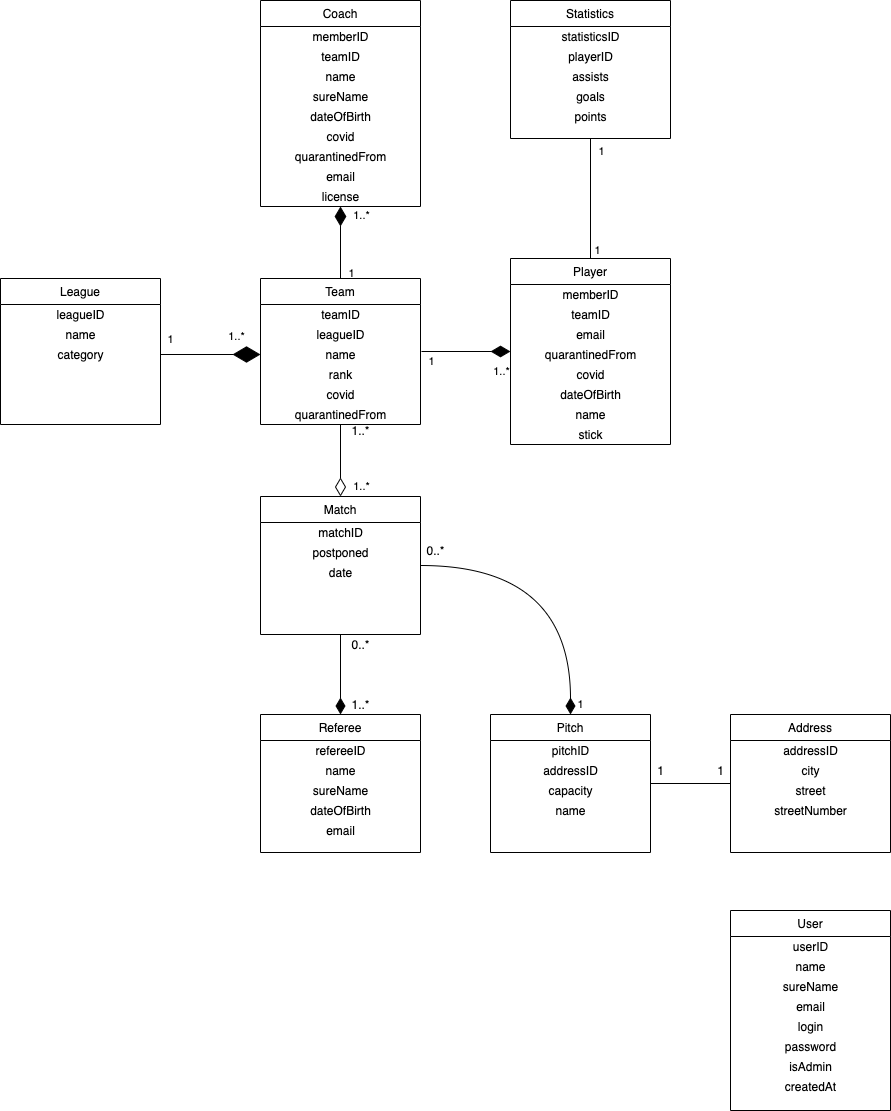
Before: artefacts/class_diagram.png, a diagram exported from draw.io (alenamartinkova/cfbu-IS). Source tidied: cells renumbered, new cells last; positions are measured from the earlier drawing's top-left corner, leaving out a move shared by most shapes.
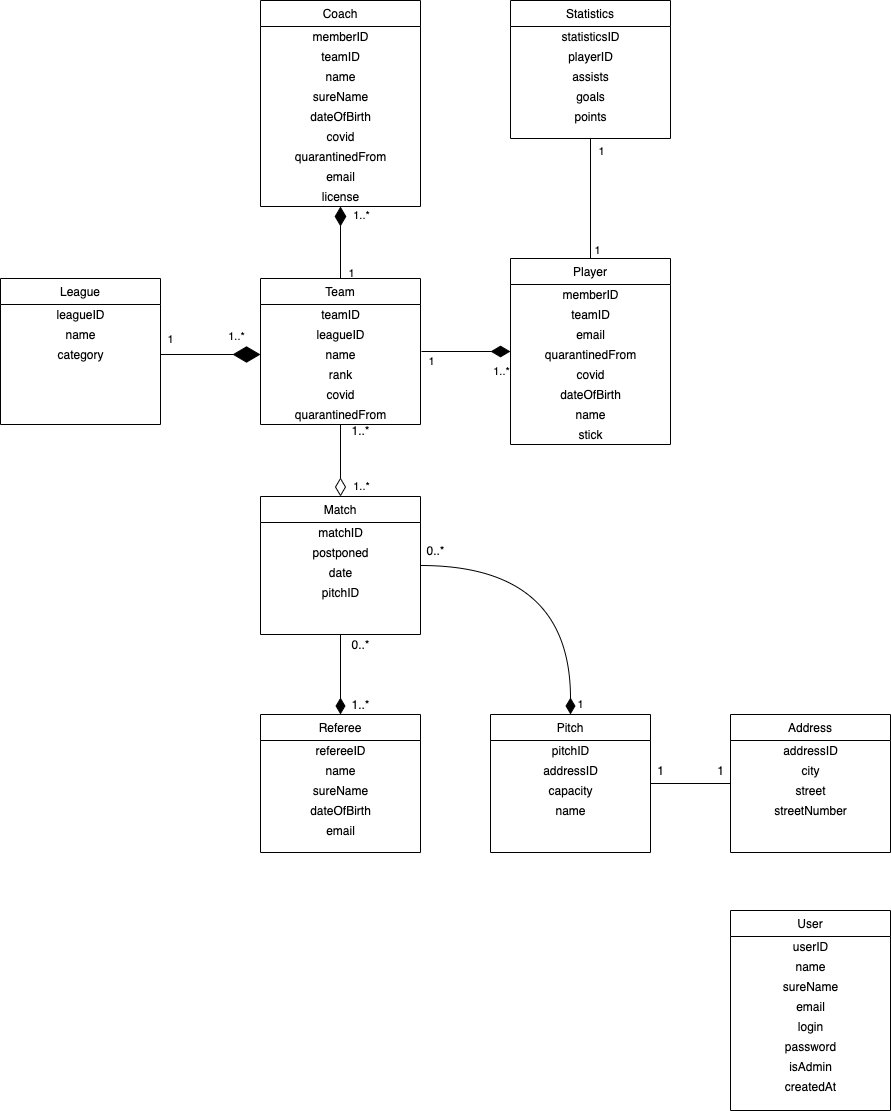
The same diagram one commit later.

Commit message:
edit class diagrams

What changed in the source:
```diff
@@ -155,6 +155,9 @@
     <mxCell id="48" value="date" style="text;html=1;align=center;verticalAlign=middle;" parent="45" vertex="1">
       <mxGeometry y="66" width="160" height="20" as="geometry" />
     </mxCell>
+    <mxCell id="91" value="pitchID" style="text;html=1;align=center;verticalAlign=middle;" parent="45" vertex="1">
+      <mxGeometry y="86" width="160" height="20" as="geometry" />
+    </mxCell>
     <mxCell id="49" style="edgeStyle=orthogonalEdgeStyle;rounded=0;jettySize=auto;html=1;endArrow=none;endFill=0;startArrow=none;startFill=0;" parent="1" edge="1" source="50" target="61">
       <mxGeometry relative="1" as="geometry" />
     </mxCell>
```
